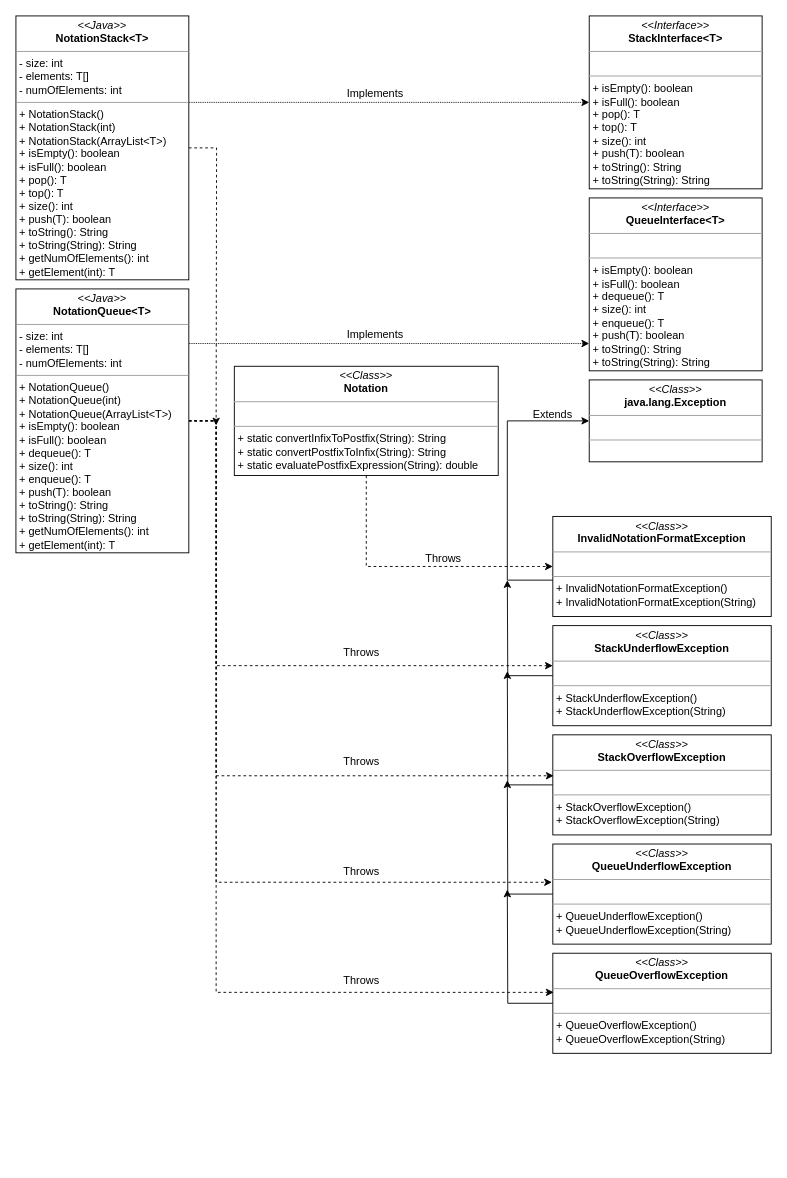
Michael-Amaya/CMSC-204-Labs-and-Projects keeps this draw.io diagram as Project 2/UML.drawio. Above is the earlier version. Source tidied: cells renumbered, new cells numbered last; positions are measured from the earlier drawing's top-left corner, leaving out a move shared by most shapes. Both pictures are drawn from the tidied source at 91%, with x=0, y=0 at pixel (15, 15).
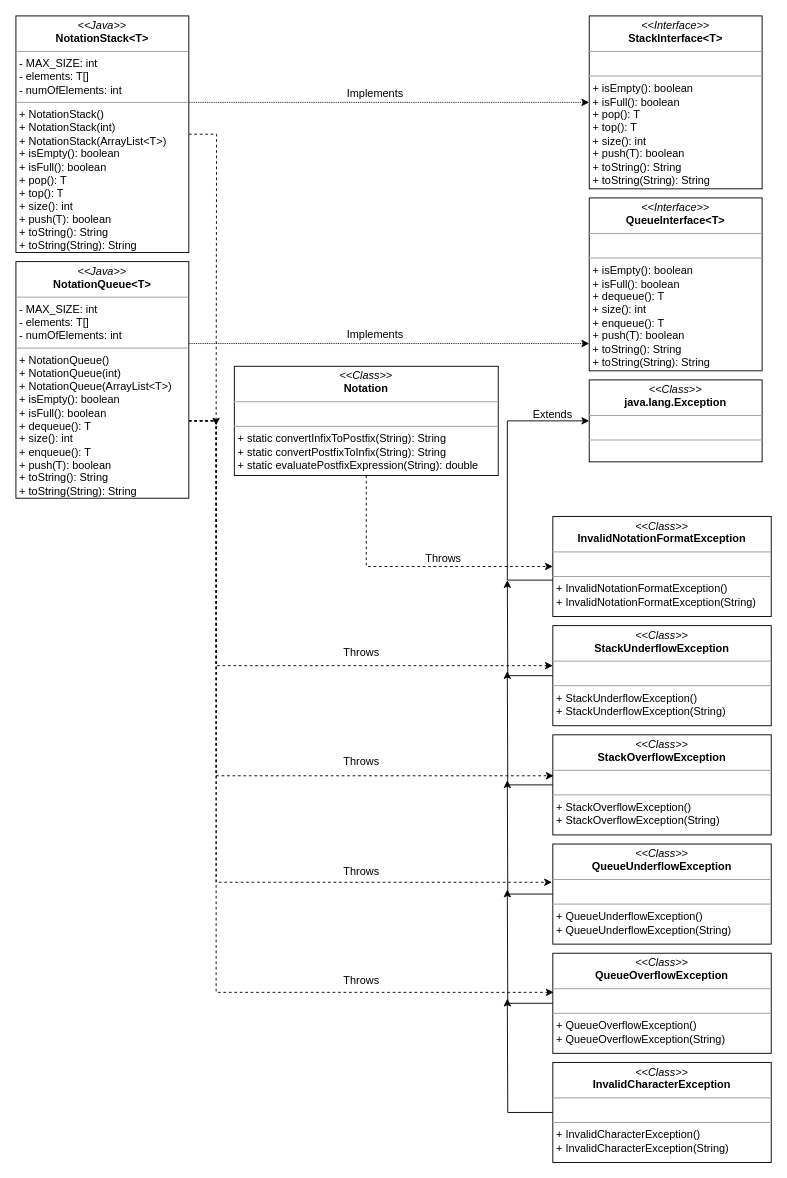
Above is the later version.

What changed in the source:
```diff
@@
-    <mxCell id="17" value="&lt;p style=&quot;margin: 0px ; margin-top: 4px ; text-align: center&quot;&gt;&lt;i&gt;&amp;lt;&amp;lt;Java&amp;gt;&amp;gt;&lt;/i&gt;&lt;br&gt;&lt;b&gt;NotationStack&amp;lt;T&amp;gt;&lt;/b&gt;&lt;/p&gt;&lt;hr size=&quot;1&quot;&gt;&lt;p style=&quot;margin: 0px ; margin-left: 4px&quot;&gt;- size: int&lt;/p&gt;&lt;p style=&quot;margin: 0px ; margin-left: 4px&quot;&gt;- elements: T[]&lt;/p&gt;&lt;p style=&quot;margin: 0px ; margin-left: 4px&quot;&gt;- numOfElements: int&lt;/p&gt;&lt;hr size=&quot;1&quot;&gt;&lt;p style=&quot;margin: 0px 0px 0px 4px&quot;&gt;+ NotationStack()&lt;/p&gt;&lt;p style=&quot;margin: 0px 0px 0px 4px&quot;&gt;+ NotationStack(int)&lt;/p&gt;&lt;p style=&quot;margin: 0px 0px 0px 4px&quot;&gt;+ NotationStack(ArrayList&amp;lt;T&amp;gt;)&lt;/p&gt;&lt;p style=&quot;margin: 0px 0px 0px 4px&quot;&gt;+ isEmpty(): boolean&lt;br&gt;&lt;/p&gt;&lt;p style=&quot;margin: 0px 0px 0px 4px&quot;&gt;+ isFull(): boolean&lt;/p&gt;&lt;p style=&quot;margin: 0px 0px 0px 4px&quot;&gt;+ pop(): T&lt;/p&gt;&lt;p style=&quot;margin: 0px 0px 0px 4px&quot;&gt;+ top(): T&lt;/p&gt;&lt;p style=&quot;margin: 0px 0px 0px 4px&quot;&gt;+ size(): int&lt;/p&gt;&lt;p style=&quot;margin: 0px 0px 0px 4px&quot;&gt;+ push(T): boolean&lt;/p&gt;&lt;p style=&quot;margin: 0px 0px 0px 4px&quot;&gt;+ toString(): String&lt;/p&gt;&lt;p style=&quot;margin: 0px 0px 0px 4px&quot;&gt;+ toString(String): String&lt;/p&gt;&lt;p style=&quot;margin: 0px 0px 0px 4px&quot;&gt;+ getNumOfElements(): int&lt;/p&gt;&lt;p style=&quot;margin: 0px 0px 0px 4px&quot;&gt;+ getElement(int): T&lt;/p&gt;" style="verticalAlign=top;align=left;overflow=fill;fontSize=12;fontFamily=Helvetica;html=1;" parent="1" vertex="1">
-      <mxGeometry width="190" height="290" as="geometry" />
+    <mxCell id="17" value="&lt;p style=&quot;margin: 0px ; margin-top: 4px ; text-align: center&quot;&gt;&lt;i&gt;&amp;lt;&amp;lt;Java&amp;gt;&amp;gt;&lt;/i&gt;&lt;br&gt;&lt;b&gt;NotationStack&amp;lt;T&amp;gt;&lt;/b&gt;&lt;/p&gt;&lt;hr size=&quot;1&quot;&gt;&lt;p style=&quot;margin: 0px ; margin-left: 4px&quot;&gt;- MAX_SIZE: int&lt;/p&gt;&lt;p style=&quot;margin: 0px ; margin-left: 4px&quot;&gt;- elements: T[]&lt;/p&gt;&lt;p style=&quot;margin: 0px ; margin-left: 4px&quot;&gt;- numOfElements: int&lt;/p&gt;&lt;hr size=&quot;1&quot;&gt;&lt;p style=&quot;margin: 0px 0px 0px 4px&quot;&gt;+ NotationStack()&lt;/p&gt;&lt;p style=&quot;margin: 0px 0px 0px 4px&quot;&gt;+ NotationStack(int)&lt;/p&gt;&lt;p style=&quot;margin: 0px 0px 0px 4px&quot;&gt;+ NotationStack(ArrayList&amp;lt;T&amp;gt;)&lt;/p&gt;&lt;p style=&quot;margin: 0px 0px 0px 4px&quot;&gt;+ isEmpty(): boolean&lt;br&gt;&lt;/p&gt;&lt;p style=&quot;margin: 0px 0px 0px 4px&quot;&gt;+ isFull(): boolean&lt;/p&gt;&lt;p style=&quot;margin: 0px 0px 0px 4px&quot;&gt;+ pop(): T&lt;/p&gt;&lt;p style=&quot;margin: 0px 0px 0px 4px&quot;&gt;+ top(): T&lt;/p&gt;&lt;p style=&quot;margin: 0px 0px 0px 4px&quot;&gt;+ size(): int&lt;/p&gt;&lt;p style=&quot;margin: 0px 0px 0px 4px&quot;&gt;+ push(T): boolean&lt;/p&gt;&lt;p style=&quot;margin: 0px 0px 0px 4px&quot;&gt;+ toString(): String&lt;/p&gt;&lt;p style=&quot;margin: 0px 0px 0px 4px&quot;&gt;+ toString(String): String&lt;/p&gt;" style="verticalAlign=top;align=left;overflow=fill;fontSize=12;fontFamily=Helvetica;html=1;" parent="1" vertex="1">
+      <mxGeometry width="190" height="260" as="geometry" />
     </mxCell>
@@
-    <mxCell id="23" value="&lt;p style=&quot;margin: 0px ; margin-top: 4px ; text-align: center&quot;&gt;&lt;i&gt;&amp;lt;&amp;lt;Java&amp;gt;&amp;gt;&lt;/i&gt;&lt;br&gt;&lt;b&gt;NotationQueue&amp;lt;T&amp;gt;&lt;/b&gt;&lt;/p&gt;&lt;hr size=&quot;1&quot;&gt;&lt;p style=&quot;margin: 0px ; margin-left: 4px&quot;&gt;- size: int&lt;/p&gt;&lt;p style=&quot;margin: 0px ; margin-left: 4px&quot;&gt;- elements: T[]&lt;/p&gt;&lt;p style=&quot;margin: 0px ; margin-left: 4px&quot;&gt;- numOfElements: int&lt;/p&gt;&lt;hr size=&quot;1&quot;&gt;&lt;p style=&quot;margin: 0px 0px 0px 4px&quot;&gt;+ NotationQueue()&lt;/p&gt;&lt;p style=&quot;margin: 0px 0px 0px 4px&quot;&gt;+ NotationQueue(int)&lt;/p&gt;&lt;p style=&quot;margin: 0px 0px 0px 4px&quot;&gt;+ NotationQueue(ArrayList&amp;lt;T&amp;gt;)&lt;/p&gt;&lt;p style=&quot;margin: 0px 0px 0px 4px&quot;&gt;+ isEmpty(): boolean&lt;br&gt;&lt;/p&gt;&lt;p style=&quot;margin: 0px 0px 0px 4px&quot;&gt;+ isFull(): boolean&lt;/p&gt;&lt;p style=&quot;margin: 0px 0px 0px 4px&quot;&gt;+ dequeue(): T&lt;/p&gt;&lt;p style=&quot;margin: 0px 0px 0px 4px&quot;&gt;+ size(): int&lt;br&gt;&lt;/p&gt;&lt;p style=&quot;margin: 0px 0px 0px 4px&quot;&gt;+ enqueue(): T&lt;/p&gt;&lt;p style=&quot;margin: 0px 0px 0px 4px&quot;&gt;+ push(T): boolean&lt;/p&gt;&lt;p style=&quot;margin: 0px 0px 0px 4px&quot;&gt;+ toString(): String&lt;/p&gt;&lt;p style=&quot;margin: 0px 0px 0px 4px&quot;&gt;+ toString(String): String&lt;/p&gt;&lt;p style=&quot;margin: 0px 0px 0px 4px&quot;&gt;+ getNumOfElements(): int&lt;/p&gt;&lt;p style=&quot;margin: 0px 0px 0px 4px&quot;&gt;+ getElement(int): T&lt;/p&gt;" style="verticalAlign=top;align=left;overflow=fill;fontSize=12;fontFamily=Helvetica;html=1;" parent="1" vertex="1">
-      <mxGeometry y="300" width="190" height="290" as="geometry" />
+    <mxCell id="23" value="&lt;p style=&quot;margin: 0px ; margin-top: 4px ; text-align: center&quot;&gt;&lt;i&gt;&amp;lt;&amp;lt;Java&amp;gt;&amp;gt;&lt;/i&gt;&lt;br&gt;&lt;b&gt;NotationQueue&amp;lt;T&amp;gt;&lt;/b&gt;&lt;/p&gt;&lt;hr size=&quot;1&quot;&gt;&lt;p style=&quot;margin: 0px ; margin-left: 4px&quot;&gt;- MAX_SIZE: int&lt;/p&gt;&lt;p style=&quot;margin: 0px ; margin-left: 4px&quot;&gt;- elements: T[]&lt;/p&gt;&lt;p style=&quot;margin: 0px ; margin-left: 4px&quot;&gt;- numOfElements: int&lt;/p&gt;&lt;hr size=&quot;1&quot;&gt;&lt;p style=&quot;margin: 0px 0px 0px 4px&quot;&gt;+ NotationQueue()&lt;/p&gt;&lt;p style=&quot;margin: 0px 0px 0px 4px&quot;&gt;+ NotationQueue(int)&lt;/p&gt;&lt;p style=&quot;margin: 0px 0px 0px 4px&quot;&gt;+ NotationQueue(ArrayList&amp;lt;T&amp;gt;)&lt;/p&gt;&lt;p style=&quot;margin: 0px 0px 0px 4px&quot;&gt;+ isEmpty(): boolean&lt;br&gt;&lt;/p&gt;&lt;p style=&quot;margin: 0px 0px 0px 4px&quot;&gt;+ isFull(): boolean&lt;/p&gt;&lt;p style=&quot;margin: 0px 0px 0px 4px&quot;&gt;+ dequeue(): T&lt;/p&gt;&lt;p style=&quot;margin: 0px 0px 0px 4px&quot;&gt;+ size(): int&lt;br&gt;&lt;/p&gt;&lt;p style=&quot;margin: 0px 0px 0px 4px&quot;&gt;+ enqueue(): T&lt;/p&gt;&lt;p style=&quot;margin: 0px 0px 0px 4px&quot;&gt;+ push(T): boolean&lt;/p&gt;&lt;p style=&quot;margin: 0px 0px 0px 4px&quot;&gt;+ toString(): String&lt;/p&gt;&lt;p style=&quot;margin: 0px 0px 0px 4px&quot;&gt;+ toString(String): String&lt;/p&gt;" style="verticalAlign=top;align=left;overflow=fill;fontSize=12;fontFamily=Helvetica;html=1;" parent="1" vertex="1">
+      <mxGeometry y="270" width="190" height="260" as="geometry" />
     </mxCell>
@@
+    <mxCell id="34" style="edgeStyle=orthogonalEdgeStyle;rounded=0;jettySize=auto;html=1;" parent="1" edge="1" source="35">
+      <mxGeometry relative="1" as="geometry">
+        <mxPoint x="540" y="1080" as="targetPoint" />
+      </mxGeometry>
+    </mxCell>
+    <mxCell id="35" value="&lt;p style=&quot;margin: 0px ; margin-top: 4px ; text-align: center&quot;&gt;&lt;i&gt;&amp;lt;&amp;lt;Class&amp;gt;&amp;gt;&lt;/i&gt;&lt;br&gt;&lt;b&gt;InvalidCharacterException&lt;/b&gt;&lt;/p&gt;&lt;hr size=&quot;1&quot;&gt;&lt;p style=&quot;margin: 0px ; margin-left: 4px&quot;&gt;&lt;br&gt;&lt;/p&gt;&lt;hr size=&quot;1&quot;&gt;&lt;p style=&quot;margin: 0px ; margin-left: 4px&quot;&gt;+ InvalidCharacterException()&lt;/p&gt;&lt;p style=&quot;margin: 0px ; margin-left: 4px&quot;&gt;+ InvalidCharacterException(String)&lt;/p&gt;" style="verticalAlign=top;align=left;overflow=fill;fontSize=12;fontFamily=Helvetica;html=1;" parent="1" vertex="1">
+      <mxGeometry x="590" y="1150" width="240" height="110" as="geometry" />
+    </mxCell>
```
